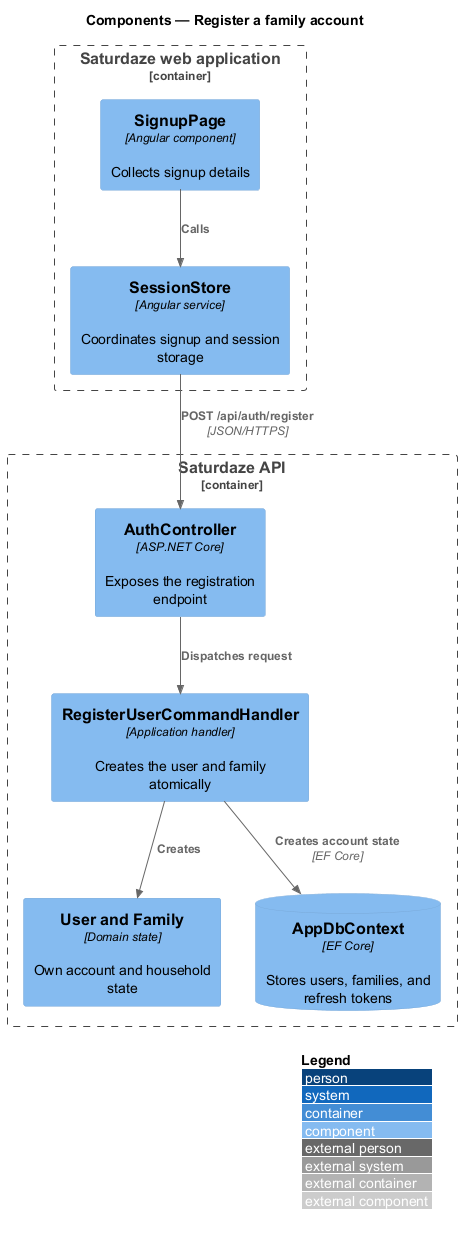
Before: docs/detailed-designs/identity-and-access/register-family-account/diagrams/c4-component.png, a diagram exported from PlantUML (QuinntyneBrown/saturdaze). Source of this version:
```plantuml
@startuml
!include <C4/C4_Component>
LAYOUT_WITH_LEGEND()
title Components — Register a family account

Container_Boundary(web, "Saturdaze web application") {
  Component(page, "SignupPage", "Angular component", "Collects signup details")
  Component(client, "SessionStore", "Angular service", "Coordinates signup and session storage")
}
Container_Boundary(api, "Saturdaze API") {
  Component(controller, "AuthController", "ASP.NET Core", "Exposes the registration endpoint")
  Component(handler, "RegisterUserCommandHandler", "Application handler", "Creates the user and family atomically")
  Component(entity, "User and Family", "Domain state", "Own account and household state")
  ComponentDb(db, "AppDbContext", "EF Core", "Stores users, families, and refresh tokens")
}
Rel(page, client, "Calls")
Rel(client, controller, "POST /api/auth/register", "JSON/HTTPS")
Rel(controller, handler, "Dispatches request")
Rel(handler, entity, "Creates")
Rel(handler, db, "Creates account state", "EF Core")
@enduml
```
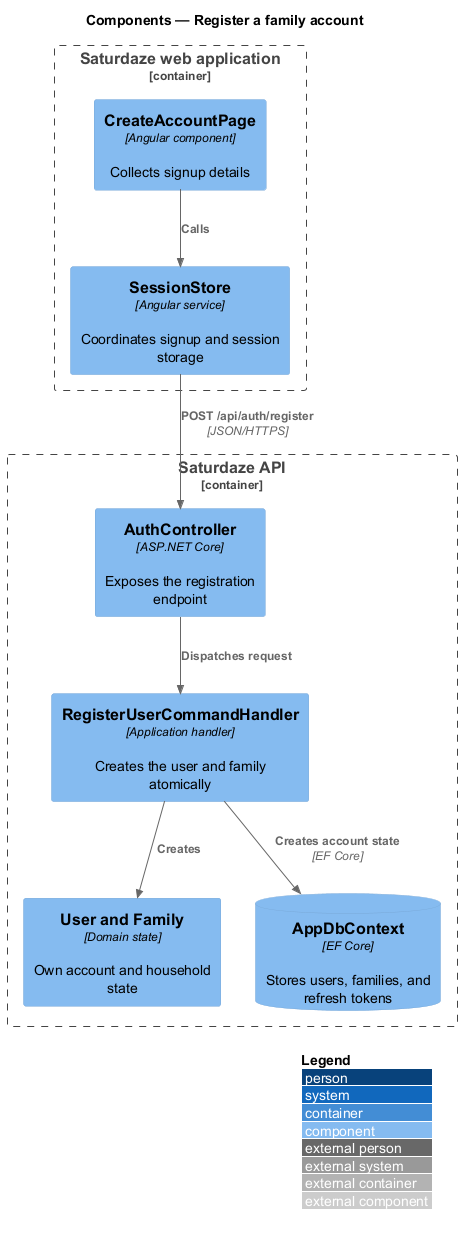
Above is the later version.

The edit, as a diff of the source:
```diff
@@ -4,7 +4,7 @@
 title Components — Register a family account
 
 Container_Boundary(web, "Saturdaze web application") {
-  Component(page, "SignupPage", "Angular component", "Collects signup details")
+  Component(page, "CreateAccountPage", "Angular component", "Collects signup details")
   Component(client, "SessionStore", "Angular service", "Coordinates signup and session storage")
 }
 Container_Boundary(api, "Saturdaze API") {
```
